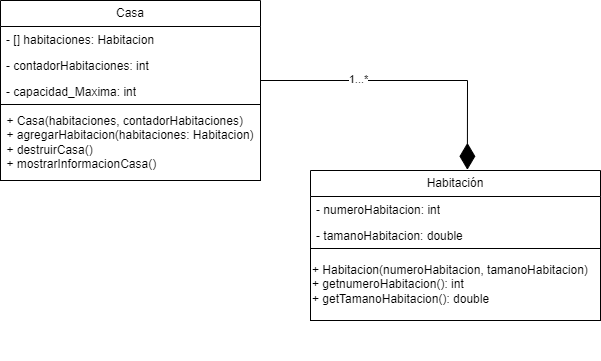
The draw.io diagram POO1/E2/Casa.drawio.png in Sof-Saos/PB-E, before a commit. Source tidied: cells renumbered, new cells last; positions are measured from the earlier drawing's top-left corner, leaving out a move shared by most shapes. Its diagram source:
```xml
<mxGraphModel>
  <root>
    <mxCell id="0" />
    <mxCell id="1" parent="0" />
    <mxCell id="2" value="Casa" style="swimlane;fontStyle=0;horizontal=1;startSize=26;fillColor=none;whiteSpace=wrap;html=1;" parent="1" vertex="1">
      <mxGeometry width="260" height="180" as="geometry" />
    </mxCell>
    <mxCell id="3" value="- [] habitaciones: Habitacion" style="text;strokeColor=none;fillColor=none;align=left;verticalAlign=top;spacingLeft=4;spacingRight=4;overflow=hidden;whiteSpace=wrap;html=1;" parent="2" vertex="1">
      <mxGeometry y="26" width="260" height="26" as="geometry" />
    </mxCell>
    <mxCell id="4" value="- contadorHabitaciones: int" style="text;strokeColor=none;fillColor=none;align=left;verticalAlign=top;spacingLeft=4;spacingRight=4;overflow=hidden;whiteSpace=wrap;html=1;" parent="2" vertex="1">
      <mxGeometry y="52" width="260" height="26" as="geometry" />
    </mxCell>
    <mxCell id="5" value="- capacidad_Maxima: int" style="text;strokeColor=none;fillColor=none;align=left;verticalAlign=top;spacingLeft=4;spacingRight=4;overflow=hidden;whiteSpace=wrap;html=1;" parent="2" vertex="1">
      <mxGeometry y="78" width="260" height="26" as="geometry" />
    </mxCell>
    <mxCell id="6" value="&lt;div style=&quot;text-align: left;&quot;&gt;&lt;span style=&quot;background-color: initial;&quot;&gt;+ Casa(habitaciones, contadorHabitaciones)&lt;/span&gt;&lt;/div&gt;&lt;div style=&quot;text-align: left;&quot;&gt;&lt;span style=&quot;background-color: initial;&quot;&gt;+ agregarHabitacion(habitaciones: Habitacion)&lt;/span&gt;&lt;/div&gt;&lt;div style=&quot;text-align: left;&quot;&gt;&lt;span style=&quot;background-color: initial;&quot;&gt;+ destruirCasa()&lt;/span&gt;&lt;/div&gt;&lt;div style=&quot;text-align: left;&quot;&gt;&lt;span style=&quot;background-color: initial;&quot;&gt;+ mostrarInformacionCasa()&amp;nbsp;&lt;/span&gt;&lt;/div&gt;" style="html=1;whiteSpace=wrap;" parent="2" vertex="1">
      <mxGeometry y="104" width="260" height="76" as="geometry" />
    </mxCell>
    <mxCell id="7" style="group;" parent="1" vertex="1">
      <mxGeometry x="310" y="170" width="290" height="190" as="geometry" />
    </mxCell>
    <mxCell id="8" value="Habitación" style="swimlane;fontStyle=0;horizontal=1;startSize=26;fillColor=none;whiteSpace=wrap;html=1;" parent="7" vertex="1">
      <mxGeometry width="290" height="78" as="geometry" />
    </mxCell>
    <mxCell id="9" value="- numeroHabitacion: int" style="text;strokeColor=none;fillColor=none;align=left;verticalAlign=top;spacingLeft=4;spacingRight=4;overflow=hidden;whiteSpace=wrap;html=1;" parent="8" vertex="1">
      <mxGeometry y="26" width="290" height="26" as="geometry" />
    </mxCell>
    <mxCell id="10" value="- tamanoHabitacion: double" style="text;strokeColor=none;fillColor=none;align=left;verticalAlign=top;spacingLeft=4;spacingRight=4;overflow=hidden;whiteSpace=wrap;html=1;" parent="8" vertex="1">
      <mxGeometry y="52" width="290" height="26" as="geometry" />
    </mxCell>
    <mxCell id="11" value="+ Habitacion(numeroHabitacion, tamanoHabitacion)&lt;br&gt;+ getnumeroHabitacion(): int&lt;br&gt;+ getTamanoHabitacion(): double" style="html=1;whiteSpace=wrap;align=left;" parent="7" vertex="1">
      <mxGeometry y="78" width="290" height="72" as="geometry" />
    </mxCell>
    <mxCell id="12" style="endArrow=diamondThin;endFill=1;endSize=24;html=1;rounded=0;labelBackgroundColor=default;strokeColor=default;fontFamily=Helvetica;fontSize=11;fontColor=default;shape=connector;entryX=0.541;entryY=-0.009;entryDx=0;entryDy=0;entryPerimeter=0;" parent="1" edge="1" target="8">
      <mxGeometry relative="1" as="geometry">
        <mxPoint x="260" y="80" as="sourcePoint" />
        <Array as="points">
          <mxPoint x="467" y="80" />
        </Array>
      </mxGeometry>
    </mxCell>
    <mxCell id="13" value="1...*" style="edgeLabel;html=1;align=center;verticalAlign=middle;fontSize=11;fontFamily=Helvetica;fontColor=default;" parent="12" vertex="1">
      <mxGeometry x="-0.35" y="2" relative="1" as="geometry" />
    </mxCell>
  </root>
</mxGraphModel>
```
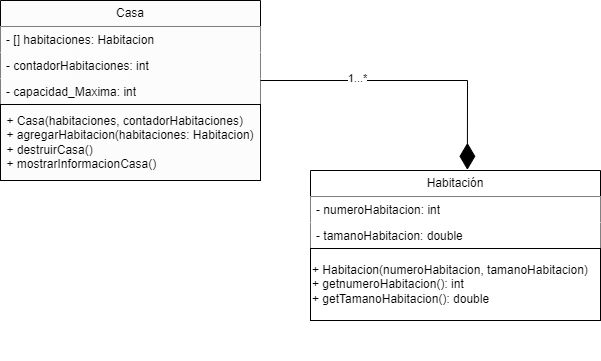
Later version of the same file.

The edit, as a diff of the source:
```diff
@@ -2,37 +2,37 @@
   <root>
     <mxCell id="0" />
     <mxCell id="1" parent="0" />
-    <mxCell id="2" value="Casa" style="swimlane;fontStyle=0;horizontal=1;startSize=26;fillColor=none;whiteSpace=wrap;html=1;" parent="1" vertex="1">
+    <mxCell id="2" value="Casa" style="swimlane;fontStyle=0;horizontal=1;startSize=26;fillColor=#FCFCFC;whiteSpace=wrap;html=1;" parent="1" vertex="1">
       <mxGeometry width="260" height="180" as="geometry" />
     </mxCell>
-    <mxCell id="3" value="- [] habitaciones: Habitacion" style="text;strokeColor=none;fillColor=none;align=left;verticalAlign=top;spacingLeft=4;spacingRight=4;overflow=hidden;whiteSpace=wrap;html=1;" parent="2" vertex="1">
+    <mxCell id="3" value="- [] habitaciones: Habitacion" style="text;strokeColor=none;fillColor=#FCFCFC;align=left;verticalAlign=top;spacingLeft=4;spacingRight=4;overflow=hidden;whiteSpace=wrap;html=1;" parent="2" vertex="1">
       <mxGeometry y="26" width="260" height="26" as="geometry" />
     </mxCell>
-    <mxCell id="4" value="- contadorHabitaciones: int" style="text;strokeColor=none;fillColor=none;align=left;verticalAlign=top;spacingLeft=4;spacingRight=4;overflow=hidden;whiteSpace=wrap;html=1;" parent="2" vertex="1">
+    <mxCell id="4" value="- contadorHabitaciones: int" style="text;strokeColor=none;fillColor=#FCFCFC;align=left;verticalAlign=top;spacingLeft=4;spacingRight=4;overflow=hidden;whiteSpace=wrap;html=1;" parent="2" vertex="1">
       <mxGeometry y="52" width="260" height="26" as="geometry" />
     </mxCell>
-    <mxCell id="5" value="- capacidad_Maxima: int" style="text;strokeColor=none;fillColor=none;align=left;verticalAlign=top;spacingLeft=4;spacingRight=4;overflow=hidden;whiteSpace=wrap;html=1;" parent="2" vertex="1">
+    <mxCell id="5" value="- capacidad_Maxima: int" style="text;strokeColor=none;fillColor=#FCFCFC;align=left;verticalAlign=top;spacingLeft=4;spacingRight=4;overflow=hidden;whiteSpace=wrap;html=1;" parent="2" vertex="1">
       <mxGeometry y="78" width="260" height="26" as="geometry" />
     </mxCell>
-    <mxCell id="6" value="&lt;div style=&quot;text-align: left;&quot;&gt;&lt;span style=&quot;background-color: initial;&quot;&gt;+ Casa(habitaciones, contadorHabitaciones)&lt;/span&gt;&lt;/div&gt;&lt;div style=&quot;text-align: left;&quot;&gt;&lt;span style=&quot;background-color: initial;&quot;&gt;+ agregarHabitacion(habitaciones: Habitacion)&lt;/span&gt;&lt;/div&gt;&lt;div style=&quot;text-align: left;&quot;&gt;&lt;span style=&quot;background-color: initial;&quot;&gt;+ destruirCasa()&lt;/span&gt;&lt;/div&gt;&lt;div style=&quot;text-align: left;&quot;&gt;&lt;span style=&quot;background-color: initial;&quot;&gt;+ mostrarInformacionCasa()&amp;nbsp;&lt;/span&gt;&lt;/div&gt;" style="html=1;whiteSpace=wrap;" parent="2" vertex="1">
+    <mxCell id="6" value="&lt;div style=&quot;text-align: left;&quot;&gt;&lt;span style=&quot;background-color: initial;&quot;&gt;+ Casa(habitaciones, contadorHabitaciones)&lt;/span&gt;&lt;/div&gt;&lt;div style=&quot;text-align: left;&quot;&gt;&lt;span style=&quot;background-color: initial;&quot;&gt;+ agregarHabitacion(habitaciones: Habitacion)&lt;/span&gt;&lt;/div&gt;&lt;div style=&quot;text-align: left;&quot;&gt;&lt;span style=&quot;background-color: initial;&quot;&gt;+ destruirCasa()&lt;/span&gt;&lt;/div&gt;&lt;div style=&quot;text-align: left;&quot;&gt;&lt;span style=&quot;background-color: initial;&quot;&gt;+ mostrarInformacionCasa()&amp;nbsp;&lt;/span&gt;&lt;/div&gt;" style="html=1;whiteSpace=wrap;fillColor=#FCFCFC;" parent="2" vertex="1">
       <mxGeometry y="104" width="260" height="76" as="geometry" />
     </mxCell>
-    <mxCell id="7" style="group;" parent="1" vertex="1">
+    <mxCell id="7" style="group;fillColor=#FFFFFF;" parent="1" vertex="1">
       <mxGeometry x="310" y="170" width="290" height="190" as="geometry" />
     </mxCell>
-    <mxCell id="8" value="Habitación" style="swimlane;fontStyle=0;horizontal=1;startSize=26;fillColor=none;whiteSpace=wrap;html=1;" parent="7" vertex="1">
+    <mxCell id="8" value="Habitación" style="swimlane;fontStyle=0;horizontal=1;startSize=26;fillColor=#FFFFFF;whiteSpace=wrap;html=1;" parent="7" vertex="1">
       <mxGeometry width="290" height="78" as="geometry" />
     </mxCell>
-    <mxCell id="9" value="- numeroHabitacion: int" style="text;strokeColor=none;fillColor=none;align=left;verticalAlign=top;spacingLeft=4;spacingRight=4;overflow=hidden;whiteSpace=wrap;html=1;" parent="8" vertex="1">
+    <mxCell id="9" value="- numeroHabitacion: int" style="text;strokeColor=none;fillColor=#FFFFFF;align=left;verticalAlign=top;spacingLeft=4;spacingRight=4;overflow=hidden;whiteSpace=wrap;html=1;" parent="8" vertex="1">
       <mxGeometry y="26" width="290" height="26" as="geometry" />
     </mxCell>
-    <mxCell id="10" value="- tamanoHabitacion: double" style="text;strokeColor=none;fillColor=none;align=left;verticalAlign=top;spacingLeft=4;spacingRight=4;overflow=hidden;whiteSpace=wrap;html=1;" parent="8" vertex="1">
+    <mxCell id="10" value="- tamanoHabitacion: double" style="text;strokeColor=none;fillColor=#FFFFFF;align=left;verticalAlign=top;spacingLeft=4;spacingRight=4;overflow=hidden;whiteSpace=wrap;html=1;" parent="8" vertex="1">
       <mxGeometry y="52" width="290" height="26" as="geometry" />
     </mxCell>
-    <mxCell id="11" value="+ Habitacion(numeroHabitacion, tamanoHabitacion)&lt;br&gt;+ getnumeroHabitacion(): int&lt;br&gt;+ getTamanoHabitacion(): double" style="html=1;whiteSpace=wrap;align=left;" parent="7" vertex="1">
+    <mxCell id="11" value="+ Habitacion(numeroHabitacion, tamanoHabitacion)&lt;br&gt;+ getnumeroHabitacion(): int&lt;br&gt;+ getTamanoHabitacion(): double" style="html=1;whiteSpace=wrap;align=left;fillColor=#FFFFFF;" parent="7" vertex="1">
       <mxGeometry y="78" width="290" height="72" as="geometry" />
     </mxCell>
-    <mxCell id="12" style="endArrow=diamondThin;endFill=1;endSize=24;html=1;rounded=0;labelBackgroundColor=default;strokeColor=default;fontFamily=Helvetica;fontSize=11;fontColor=default;shape=connector;entryX=0.541;entryY=-0.009;entryDx=0;entryDy=0;entryPerimeter=0;" parent="1" edge="1" target="8">
+    <mxCell id="12" style="endArrow=diamondThin;endFill=1;endSize=24;html=1;rounded=0;labelBackgroundColor=default;strokeColor=#000000;fontFamily=Helvetica;fontSize=11;fontColor=default;shape=connector;entryX=0.541;entryY=-0.009;entryDx=0;entryDy=0;entryPerimeter=0;" parent="1" edge="1" target="8">
       <mxGeometry relative="1" as="geometry">
         <mxPoint x="260" y="80" as="sourcePoint" />
         <Array as="points">
@@ -40,7 +40,7 @@
         </Array>
       </mxGeometry>
     </mxCell>
-    <mxCell id="13" value="1...*" style="edgeLabel;html=1;align=center;verticalAlign=middle;fontSize=11;fontFamily=Helvetica;fontColor=default;" parent="12" vertex="1">
+    <mxCell id="13" value="1...*" style="edgeLabel;html=1;align=center;verticalAlign=middle;fontSize=11;fontFamily=Helvetica;fontColor=default;strokeColor=#F7F7F7;" parent="12" vertex="1">
       <mxGeometry x="-0.35" y="2" relative="1" as="geometry" />
     </mxCell>
   </root>
```
